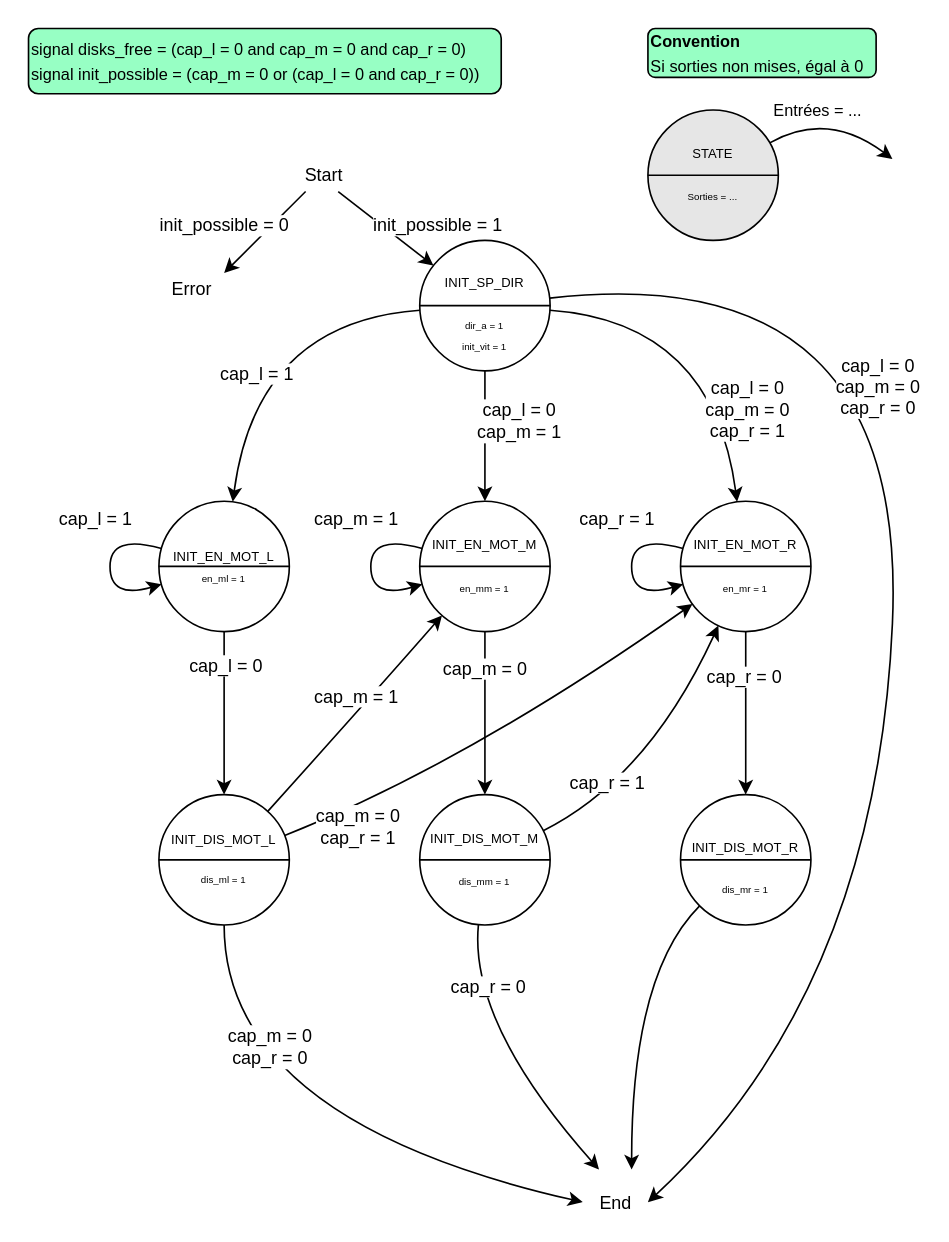
This is doc/diags/state_init_sequence.drawio from Schokiiiiiiii/csn26, a draw.io file, before an edit. Source tidied: cells renumbered, new cells numbered last; positions are measured from the earlier drawing's top-left corner, leaving out a move shared by most shapes. Both pictures are drawn from the tidied source at 163%, with x=0, y=0 at pixel (28, 28).
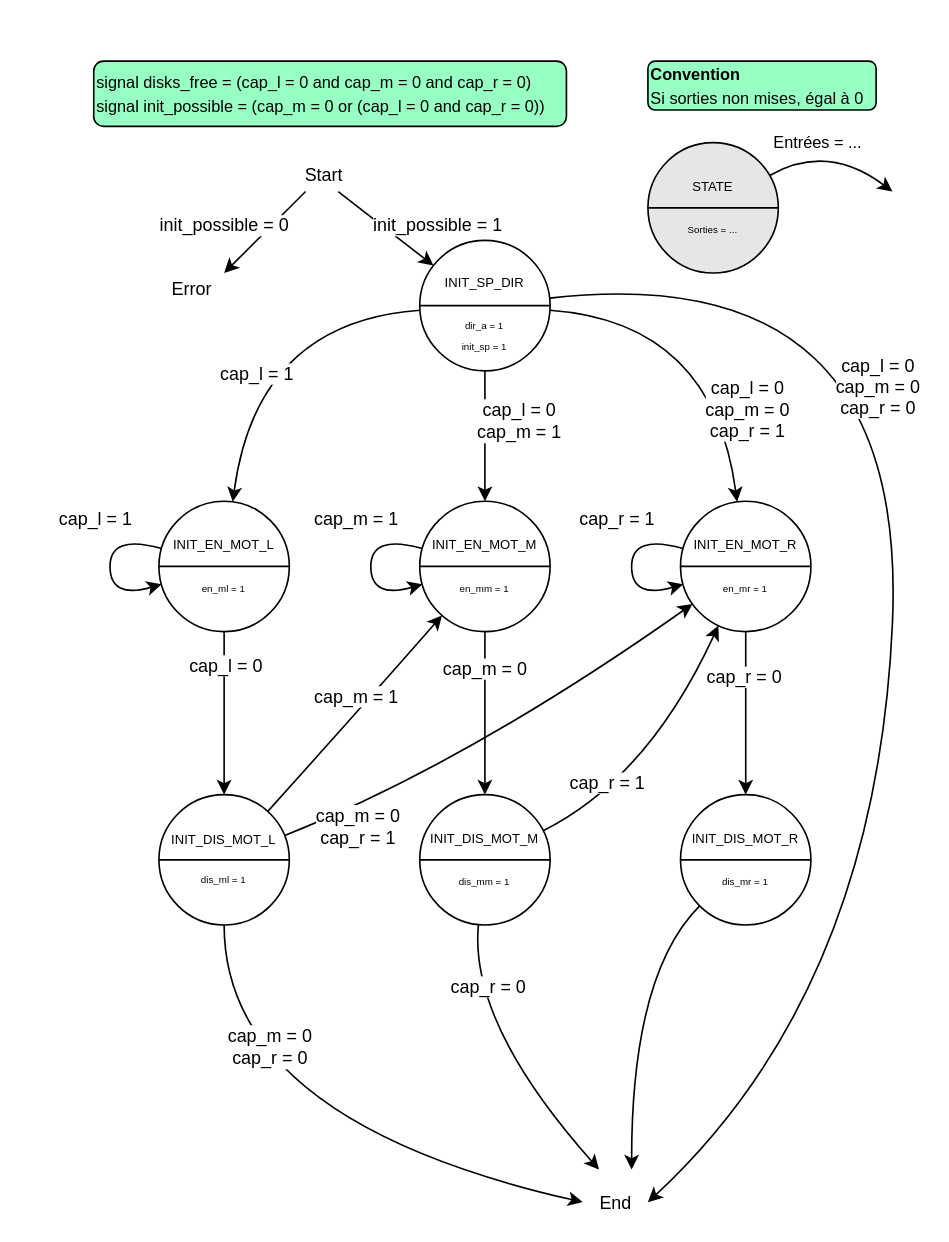
Above is the later version.

Change to the diagram source:
```diff
@@
-    <mxCell id="2" value="&lt;div style=&quot;line-height: 90%;&quot;&gt;&lt;font style=&quot;font-size: 6px; line-height: 90%;&quot;&gt;&lt;span&gt;&lt;br&gt;&lt;/span&gt;&lt;/font&gt;&lt;/div&gt;&lt;div style=&quot;line-height: 90%;&quot;&gt;&lt;font style=&quot;line-height: 90%;&quot;&gt;&lt;span style=&quot;font-size: 8px;&quot;&gt;INIT_SP_DIR&lt;/span&gt;&lt;br&gt;&lt;/font&gt;&lt;div&gt;&lt;font style=&quot;font-size: 6px;&quot;&gt;&lt;br&gt;&lt;/font&gt;&lt;/div&gt;&lt;div&gt;&lt;span style=&quot;font-size: 6px;&quot;&gt;dir_a = 1&lt;br&gt;&lt;/span&gt;&lt;/div&gt;&lt;div&gt;&lt;span style=&quot;font-size: 6px;&quot;&gt;init_vit = 1&lt;/span&gt;&lt;/div&gt;&lt;/div&gt;" style="ellipse;whiteSpace=wrap;html=1;" parent="1" vertex="1">
+    <mxCell id="2" value="&lt;div style=&quot;line-height: 90%;&quot;&gt;&lt;font style=&quot;font-size: 6px; line-height: 90%;&quot;&gt;&lt;span&gt;&lt;br&gt;&lt;/span&gt;&lt;/font&gt;&lt;/div&gt;&lt;div style=&quot;line-height: 90%;&quot;&gt;&lt;font style=&quot;line-height: 90%;&quot;&gt;&lt;span style=&quot;font-size: 8px;&quot;&gt;INIT_SP_DIR&lt;/span&gt;&lt;br&gt;&lt;/font&gt;&lt;div&gt;&lt;font style=&quot;font-size: 6px;&quot;&gt;&lt;br&gt;&lt;/font&gt;&lt;/div&gt;&lt;div&gt;&lt;span style=&quot;font-size: 6px;&quot;&gt;dir_a = 1&lt;br&gt;&lt;/span&gt;&lt;/div&gt;&lt;div&gt;&lt;span style=&quot;font-size: 6px;&quot;&gt;init_sp = 1&lt;/span&gt;&lt;/div&gt;&lt;/div&gt;" style="ellipse;whiteSpace=wrap;html=1;" parent="1" vertex="1">
       <mxGeometry x="240" y="130" width="80" height="80" as="geometry" />
     </mxCell>
@@
     <mxCell id="6" value="&lt;font style=&quot;font-size: 10px;&quot;&gt;signal disks_free =&amp;nbsp;&lt;span style=&quot;background-color: transparent; color: light-dark(rgb(0, 0, 0), rgb(255, 255, 255));&quot;&gt;(cap_l = 0 and cap_m = 0 and cap_r = 0)&lt;/span&gt;&lt;/font&gt;&lt;div style=&quot;&quot;&gt;&lt;span style=&quot;background-color: transparent; color: light-dark(rgb(0, 0, 0), rgb(255, 255, 255));&quot;&gt;&lt;font style=&quot;font-size: 10px;&quot;&gt;signal init_possible = (cap_m = 0 or (cap_l = 0 and cap_r = 0))&lt;/font&gt;&lt;/span&gt;&lt;/div&gt;" style="rounded=1;whiteSpace=wrap;html=1;align=left;fillColor=#97FFC4;" parent="1" vertex="1">
-      <mxGeometry width="290" height="40" as="geometry" />
+      <mxGeometry x="40" y="20" width="290" height="40" as="geometry" />
     </mxCell>
     <mxCell id="7" value="&lt;div style=&quot;line-height: 90%;&quot;&gt;&lt;span style=&quot;font-size: 8px; background-color: transparent; color: light-dark(rgb(0, 0, 0), rgb(255, 255, 255));&quot;&gt;STATE&lt;/span&gt;&lt;/div&gt;&lt;div style=&quot;line-height: 90%;&quot;&gt;&lt;span style=&quot;font-size: 8px; background-color: transparent; color: light-dark(rgb(0, 0, 0), rgb(255, 255, 255));&quot;&gt;&lt;br&gt;&lt;/span&gt;&lt;/div&gt;&lt;div style=&quot;line-height: 90%;&quot;&gt;&lt;div&gt;&lt;span style=&quot;font-size: 6px;&quot;&gt;Sorties = ...&lt;/span&gt;&lt;/div&gt;&lt;/div&gt;" style="ellipse;whiteSpace=wrap;html=1;fillColor=#E6E6E6;" parent="1" vertex="1">
-      <mxGeometry x="380" y="50" width="80" height="80" as="geometry" />
+      <mxGeometry x="380" y="70" width="80" height="80" as="geometry" />
     </mxCell>
@@
     <mxCell id="9" style="curved=1;endArrow=classic;html=1;rounded=0;" parent="1" edge="1" source="7">
       <mxGeometry relative="1" as="geometry">
-        <mxPoint x="530" y="80" as="targetPoint" />
+        <mxPoint x="530" y="100" as="targetPoint" />
         <Array as="points">
-          <mxPoint x="490" y="50" />
+          <mxPoint x="490" y="70" />
         </Array>
       </mxGeometry>
     </mxCell>
@@
     <mxCell id="11" value="&lt;div&gt;&lt;font style=&quot;font-size: 10px;&quot;&gt;&lt;b&gt;Convention&lt;/b&gt;&lt;/font&gt;&lt;div&gt;&lt;font style=&quot;font-size: 10px;&quot;&gt;Si sorties non mises, égal à 0&lt;/font&gt;&lt;/div&gt;&lt;/div&gt;" style="rounded=1;whiteSpace=wrap;html=1;align=left;fillColor=#97FFC4;" parent="1" vertex="1">
-      <mxGeometry x="380" width="140" height="30" as="geometry" />
+      <mxGeometry x="380" y="20" width="140" height="30" as="geometry" />
     </mxCell>
@@
-    <mxCell id="16" value="&lt;div style=&quot;line-height: 90%;&quot;&gt;&lt;span style=&quot;font-size: 8px; background-color: transparent; color: light-dark(rgb(0, 0, 0), rgb(255, 255, 255));&quot;&gt;INIT_EN_MOT_L&lt;/span&gt;&lt;/div&gt;&lt;div style=&quot;line-height: 90%;&quot;&gt;&lt;div&gt;&lt;span style=&quot;font-size: 6px;&quot;&gt;en_ml = 1&lt;/span&gt;&lt;/div&gt;&lt;/div&gt;" style="ellipse;whiteSpace=wrap;html=1;" parent="1" vertex="1">
+    <mxCell id="16" value="&lt;div style=&quot;line-height: 90%;&quot;&gt;&lt;span style=&quot;font-size: 8px; background-color: transparent; color: light-dark(rgb(0, 0, 0), rgb(255, 255, 255));&quot;&gt;INIT_EN_MOT_L&lt;/span&gt;&lt;/div&gt;&lt;div style=&quot;line-height: 90%;&quot;&gt;&lt;div&gt;&lt;span style=&quot;font-size: 6px;&quot;&gt;&lt;br&gt;&lt;/span&gt;&lt;/div&gt;&lt;div&gt;&lt;span style=&quot;font-size: 6px;&quot;&gt;en_ml = 1&lt;/span&gt;&lt;/div&gt;&lt;/div&gt;" style="ellipse;whiteSpace=wrap;html=1;" parent="1" vertex="1">
       <mxGeometry x="80" y="290" width="80" height="80" as="geometry" />
     </mxCell>
@@
-    <mxCell id="26" value="&lt;div style=&quot;line-height: 90%;&quot;&gt;&lt;font style=&quot;font-size: 6px; line-height: 90%;&quot;&gt;&lt;span&gt;&lt;br&gt;&lt;/span&gt;&lt;/font&gt;&lt;/div&gt;&lt;div style=&quot;line-height: 90%;&quot;&gt;&lt;font style=&quot;line-height: 90%;&quot;&gt;&lt;span style=&quot;font-size: 8px;&quot;&gt;INIT_DIS_MOT_R&lt;/span&gt;&lt;br&gt;&lt;/font&gt;&lt;div&gt;&lt;font style=&quot;font-size: 6px;&quot;&gt;&lt;br&gt;&lt;/font&gt;&lt;/div&gt;&lt;div&gt;&lt;span style=&quot;font-size: 6px;&quot;&gt;dis_mr = 1&lt;/span&gt;&lt;/div&gt;&lt;/div&gt;" style="ellipse;whiteSpace=wrap;html=1;" parent="1" vertex="1">
+    <mxCell id="26" value="&lt;div style=&quot;line-height: 90%;&quot;&gt;&lt;span style=&quot;font-size: 8px; background-color: transparent; color: light-dark(rgb(0, 0, 0), rgb(255, 255, 255));&quot;&gt;INIT_DIS_MOT_R&lt;/span&gt;&lt;/div&gt;&lt;div style=&quot;line-height: 90%;&quot;&gt;&lt;div&gt;&lt;font style=&quot;font-size: 6px;&quot;&gt;&lt;br&gt;&lt;/font&gt;&lt;/div&gt;&lt;div&gt;&lt;span style=&quot;font-size: 6px;&quot;&gt;dis_mr = 1&lt;/span&gt;&lt;/div&gt;&lt;/div&gt;" style="ellipse;whiteSpace=wrap;html=1;" parent="1" vertex="1">
       <mxGeometry x="400" y="470" width="80" height="80" as="geometry" />
     </mxCell>
```
